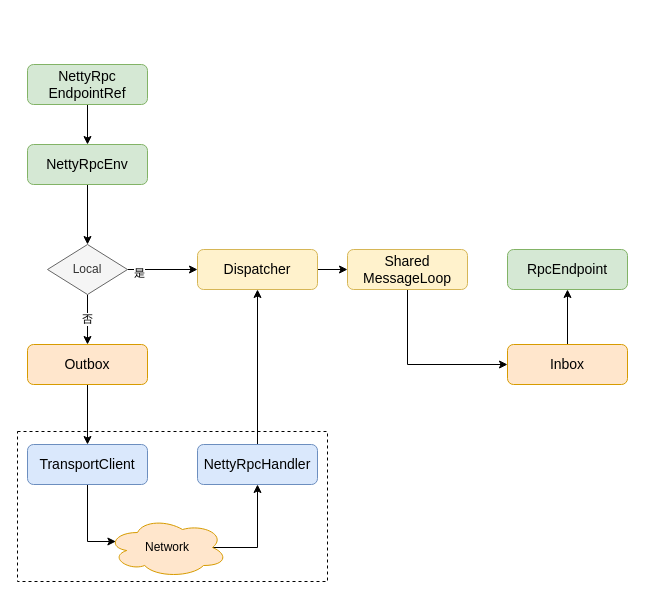
Above: imgs/spark/spark_rpc_structure.drawio in rainsbaby/notebook (draw.io), before the change. Source tidied: cells renumbered, new cells numbered last; positions are measured from the earlier drawing's top-left corner, leaving out a move shared by most shapes. Both pictures are drawn from the tidied source at 100%, with x=0, y=0 at pixel (17, 64).
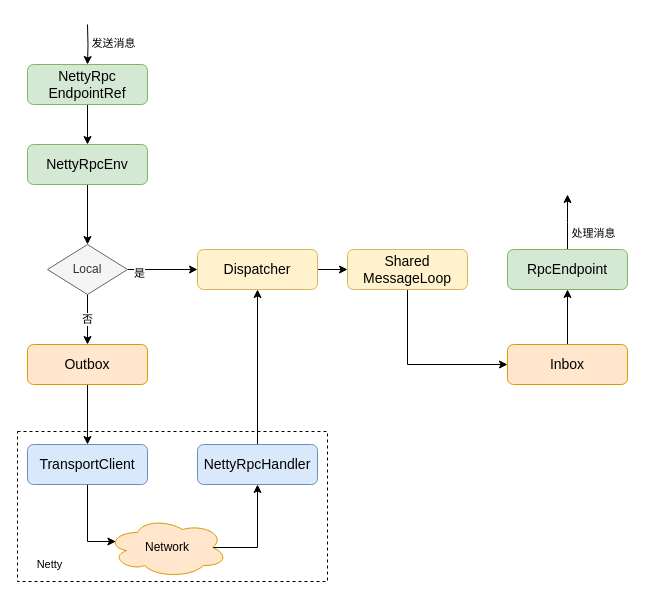
Above is the later version.

The change refers to these unchanged cells:
```xml
<mxCell id="22" value="&lt;div&gt;NettyRpc&lt;/div&gt;&lt;div&gt;EndpointRef&lt;/div&gt;" style="rounded=1;html=1;fontSize=14;whiteSpace=wrap;fillColor=#d5e8d4;strokeColor=#82b366;" parent="1" vertex="1">
  <mxGeometry x="10" width="120" height="40" as="geometry" />
</mxCell>
<mxCell id="23" value="RpcEndpoint" style="rounded=1;html=1;fontSize=14;whiteSpace=wrap;fillColor=#d5e8d4;strokeColor=#82b366;" parent="1" vertex="1">
  <mxGeometry x="490" y="185" width="120" height="40" as="geometry" />
</mxCell>
```

Diff of the diagram source:
```diff
@@
+    <mxCell id="26" style="edgeStyle=orthogonalEdgeStyle;rounded=0;jettySize=auto;html=1;exitX=0.5;exitY=0;exitDx=0;exitDy=0;entryX=0.5;entryY=0;entryDx=0;entryDy=0;" parent="1" edge="1" target="22">
+      <mxGeometry relative="1" as="geometry">
+        <mxPoint x="70" y="-40" as="sourcePoint" />
+      </mxGeometry>
+    </mxCell>
@@
+    <mxCell id="27" style="edgeStyle=orthogonalEdgeStyle;rounded=0;jettySize=auto;html=1;exitX=0.5;exitY=0;exitDx=0;exitDy=0;" parent="1" edge="1" source="23">
+      <mxGeometry relative="1" as="geometry">
+        <mxPoint x="550" y="130" as="targetPoint" />
+      </mxGeometry>
+    </mxCell>
@@
+    <mxCell id="28" value="Netty" style="edgeLabel;html=1;align=center;verticalAlign=middle;" parent="1" vertex="1">
+      <mxGeometry x="30" y="500" as="geometry">
+        <mxPoint x="1" y="-1" as="offset" />
+      </mxGeometry>
+    </mxCell>
+    <mxCell id="29" value="发送消息" style="edgeLabel;html=1;align=center;verticalAlign=middle;" parent="1" vertex="1">
+      <mxGeometry x="90" y="-20" as="geometry">
+        <mxPoint x="5" y="-2" as="offset" />
+      </mxGeometry>
+    </mxCell>
+    <mxCell id="30" value="处理消息" style="edgeLabel;html=1;align=center;verticalAlign=middle;" parent="1" vertex="1">
+      <mxGeometry x="570" y="170" as="geometry">
+        <mxPoint x="5" y="-2" as="offset" />
+      </mxGeometry>
+    </mxCell>
```
